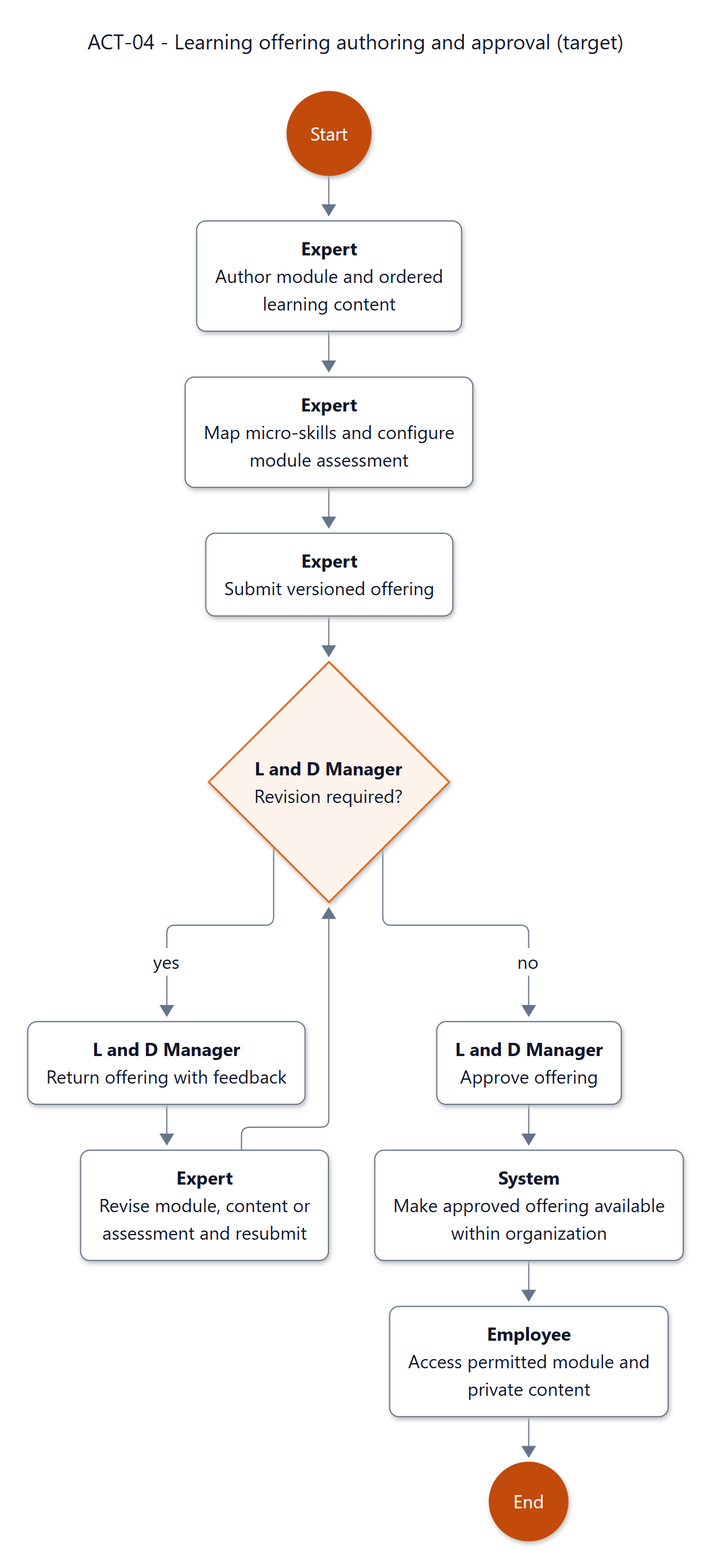
Earlier version of the Mermaid export documents/diagrams/mermaid/act-04.png (SEP490-Fall-2026-GFA26SE64/SEP490). Its source is kept beside it as documents/diagrams/mermaid/act-04.mmd. Its diagram source:
```mermaid
---
title: "ACT-04 - Learning offering authoring and approval (target)"
config: {"theme":"base","fontFamily":"Segoe UI, Arial, sans-serif","themeVariables":{"fontFamily":"Segoe UI, Arial, sans-serif","fontSize":"16px","primaryColor":"#ffffff","primaryTextColor":"#0f1729","primaryBorderColor":"#64748b","secondaryColor":"#fef3eb","tertiaryColor":"#ffffff","lineColor":"#64748b","textColor":"#0f1729","mainBkg":"#ffffff","background":"#ffffff","clusterBkg":"#ffffff","clusterBorder":"#64748b","edgeLabelBackground":"#ffffff","titleColor":"#0f1729","noteBkgColor":"#fef3eb","noteTextColor":"#0f1729","noteBorderColor":"#e6650f","secondaryBorderColor":"#64748b","tertiaryBorderColor":"#64748b","secondaryTextColor":"#0f1729","tertiaryTextColor":"#0f1729"},"layout":"elk","elk":{"mergeEdges":false,"nodePlacementStrategy":"NETWORK_SIMPLEX"},"flowchart":{"htmlLabels":true,"nodeSpacing":28,"rankSpacing":56,"curve":"linear","diagramPadding":24,"padding":16,"wrappingWidth":250}}
---
flowchart TD
    SRS_ACT_04_N1(("Start"))
    SRS_ACT_04_N2["<b>Expert</b><br/>Author module and ordered<br/>learning content"]
    SRS_ACT_04_N3["<b>Expert</b><br/>Map micro-skills and configure<br/>module assessment"]
    SRS_ACT_04_N4["<b>Expert</b><br/>Submit versioned offering"]
    SRS_ACT_04_N7["<b>Expert</b><br/>Revise module, content or<br/>assessment and resubmit"]
    SRS_ACT_04_N5{"<b>L and D Manager</b><br/>Revision required?"}
    SRS_ACT_04_N6["<b>L and D Manager</b><br/>Return offering with feedback"]
    SRS_ACT_04_N8["<b>L and D Manager</b><br/>Approve offering"]
    SRS_ACT_04_N9["<b>System</b><br/>Make approved offering available<br/>within organization"]
    SRS_ACT_04_N10["<b>Employee</b><br/>Access permitted module and<br/>private content"]
    SRS_ACT_04_N11(("End"))
  SRS_ACT_04_N1 --> SRS_ACT_04_N2
  SRS_ACT_04_N2 --> SRS_ACT_04_N3
  SRS_ACT_04_N3 --> SRS_ACT_04_N4
  SRS_ACT_04_N4 --> SRS_ACT_04_N5
  SRS_ACT_04_N5 -->|"yes"| SRS_ACT_04_N6
  SRS_ACT_04_N6 --> SRS_ACT_04_N7
  SRS_ACT_04_N7 --> SRS_ACT_04_N5
  SRS_ACT_04_N5 -->|"no"| SRS_ACT_04_N8
  SRS_ACT_04_N8 --> SRS_ACT_04_N9
  SRS_ACT_04_N9 --> SRS_ACT_04_N10
  SRS_ACT_04_N10 --> SRS_ACT_04_N11

  classDef default fill:#ffffff,stroke:#64748b,color:#0f1729,stroke-width:1px,rx:8,ry:8
  classDef decision fill:#fef3eb,stroke:#e6650f,color:#0f1729,stroke-width:1.5px
  class SRS_ACT_04_N5 decision
  classDef entry fill:#c24a0a,stroke:#c24a0a,color:#ffffff,stroke-width:1.5px
  class SRS_ACT_04_N1,SRS_ACT_04_N11 entry
```
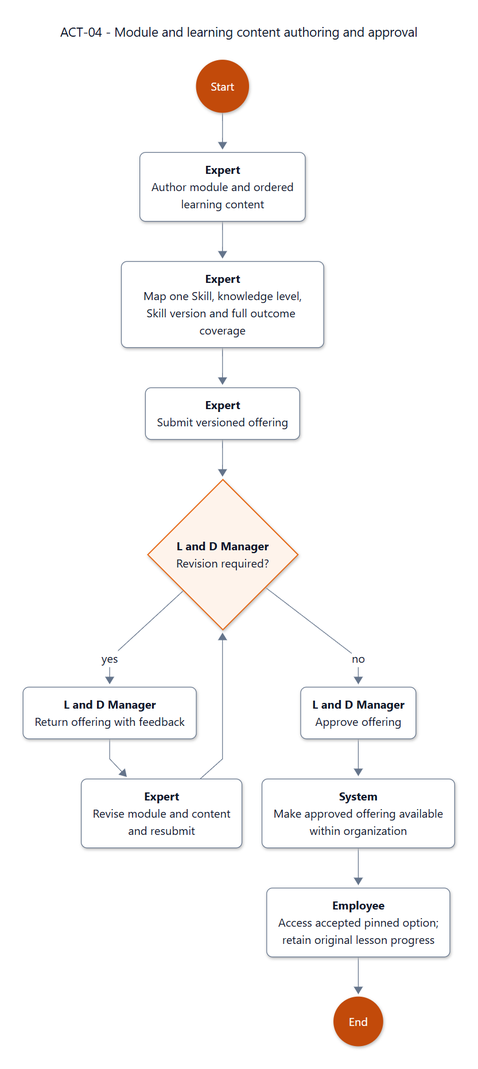
The same diagram one commit later.

Diff of the diagram source:
```diff
@@ -1,18 +1,19 @@
 ---
-title: "ACT-04 - Learning offering authoring and approval (target)"
-config: {"theme":"base","fontFamily":"Segoe UI, Arial, sans-serif","themeVariables":{"fontFamily":"Segoe UI, Arial, sans-serif","fontSize":"16px","primaryColor":"#ffffff","primaryTextColor":"#0f1729","primaryBorderColor":"#64748b","secondaryColor":"#fef3eb","tertiaryColor":"#ffffff","lineColor":"#64748b","textColor":"#0f1729","mainBkg":"#ffffff","background":"#ffffff","clusterBkg":"#ffffff","clusterBorder":"#64748b","edgeLabelBackground":"#ffffff","titleColor":"#0f1729","noteBkgColor":"#fef3eb","noteTextColor":"#0f1729","noteBorderColor":"#e6650f","secondaryBorderColor":"#64748b","tertiaryBorderColor":"#64748b","secondaryTextColor":"#0f1729","tertiaryTextColor":"#0f1729"},"layout":"elk","elk":{"mergeEdges":false,"nodePlacementStrategy":"NETWORK_SIMPLEX"},"flowchart":{"htmlLabels":true,"nodeSpacing":28,"rankSpacing":56,"curve":"linear","diagramPadding":24,"padding":16,"wrappingWidth":250}}
+title: "ACT-04 - Module and learning content authoring and approval"
+config: {"theme":"base","fontFamily":"Segoe UI, Arial, sans-serif","themeVariables":{"fontFamily":"Segoe UI, Arial, sans-serif","fontSize":"16px","primaryColor":"#ffffff","primaryTextColor":"#0f1729","primaryBorderColor":"#64748b","secondaryColor":"#fef3eb","tertiaryColor":"#ffffff","lineColor":"#64748b","textColor":"#0f1729","mainBkg":"#ffffff","background":"#ffffff","clusterBkg":"#ffffff","clusterBorder":"#64748b","edgeLabelBackground":"#ffffff","titleColor":"#0f1729","noteBkgColor":"#fef3eb","noteTextColor":"#0f1729","noteBorderColor":"#e6650f","secondaryBorderColor":"#64748b","tertiaryBorderColor":"#64748b","secondaryTextColor":"#0f1729","tertiaryTextColor":"#0f1729"},"layout":"dagre","elk":{"mergeEdges":false,"nodePlacementStrategy":"NETWORK_SIMPLEX"},"flowchart":{"htmlLabels":true,"nodeSpacing":28,"rankSpacing":56,"curve":"linear","diagramPadding":24,"padding":16,"wrappingWidth":250}}
 ---
+
 flowchart TD
     SRS_ACT_04_N1(("Start"))
     SRS_ACT_04_N2["<b>Expert</b><br/>Author module and ordered<br/>learning content"]
-    SRS_ACT_04_N3["<b>Expert</b><br/>Map micro-skills and configure<br/>module assessment"]
+    SRS_ACT_04_N3["<b>Expert</b><br/>Map one Skill, knowledge level,<br/>Skill version and full outcome coverage"]
     SRS_ACT_04_N4["<b>Expert</b><br/>Submit versioned offering"]
-    SRS_ACT_04_N7["<b>Expert</b><br/>Revise module, content or<br/>assessment and resubmit"]
+    SRS_ACT_04_N7["<b>Expert</b><br/>Revise module and content<br/>and resubmit"]
     SRS_ACT_04_N5{"<b>L and D Manager</b><br/>Revision required?"}
     SRS_ACT_04_N6["<b>L and D Manager</b><br/>Return offering with feedback"]
     SRS_ACT_04_N8["<b>L and D Manager</b><br/>Approve offering"]
     SRS_ACT_04_N9["<b>System</b><br/>Make approved offering available<br/>within organization"]
-    SRS_ACT_04_N10["<b>Employee</b><br/>Access permitted module and<br/>private content"]
+    SRS_ACT_04_N10["<b>Employee</b><br/>Access accepted pinned option;<br/>retain original lesson progress"]
     SRS_ACT_04_N11(("End"))
   SRS_ACT_04_N1 --> SRS_ACT_04_N2
   SRS_ACT_04_N2 --> SRS_ACT_04_N3
```
